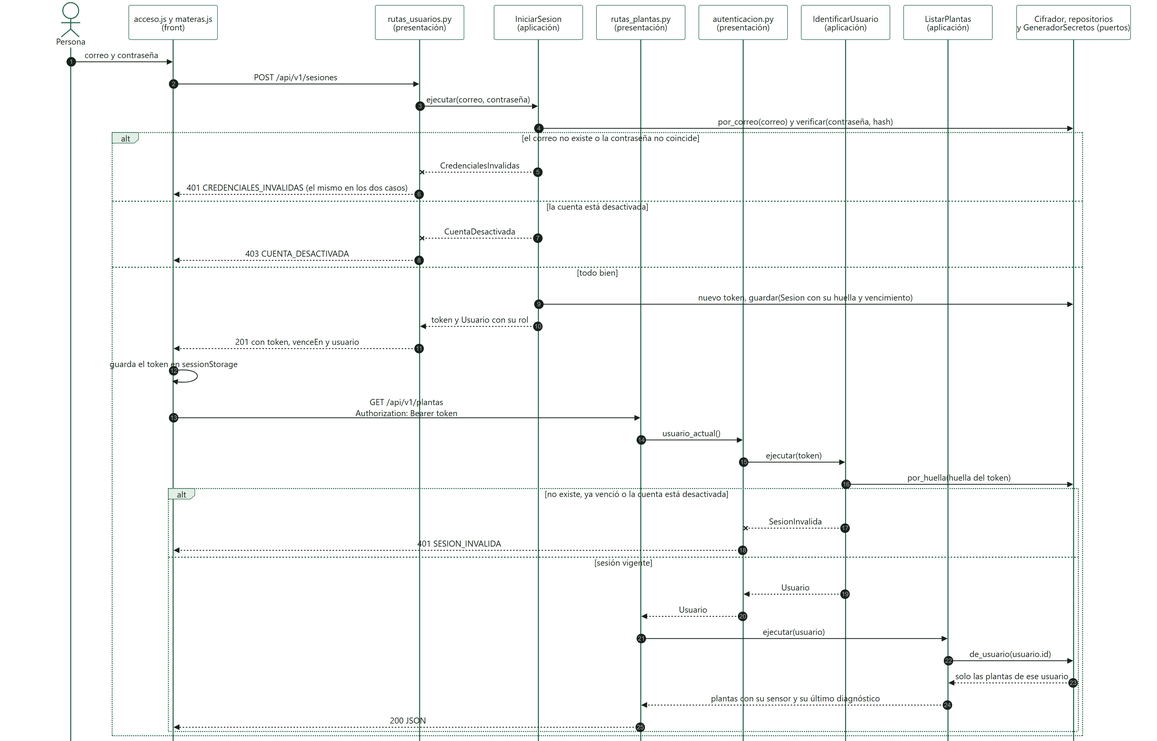
Above: docs/diagramas/secuencia-login.png in Pipelol0723/matera-inteligente (Mermaid), before the change. Its source is kept beside it as docs/diagramas/secuencia-login.mmd.
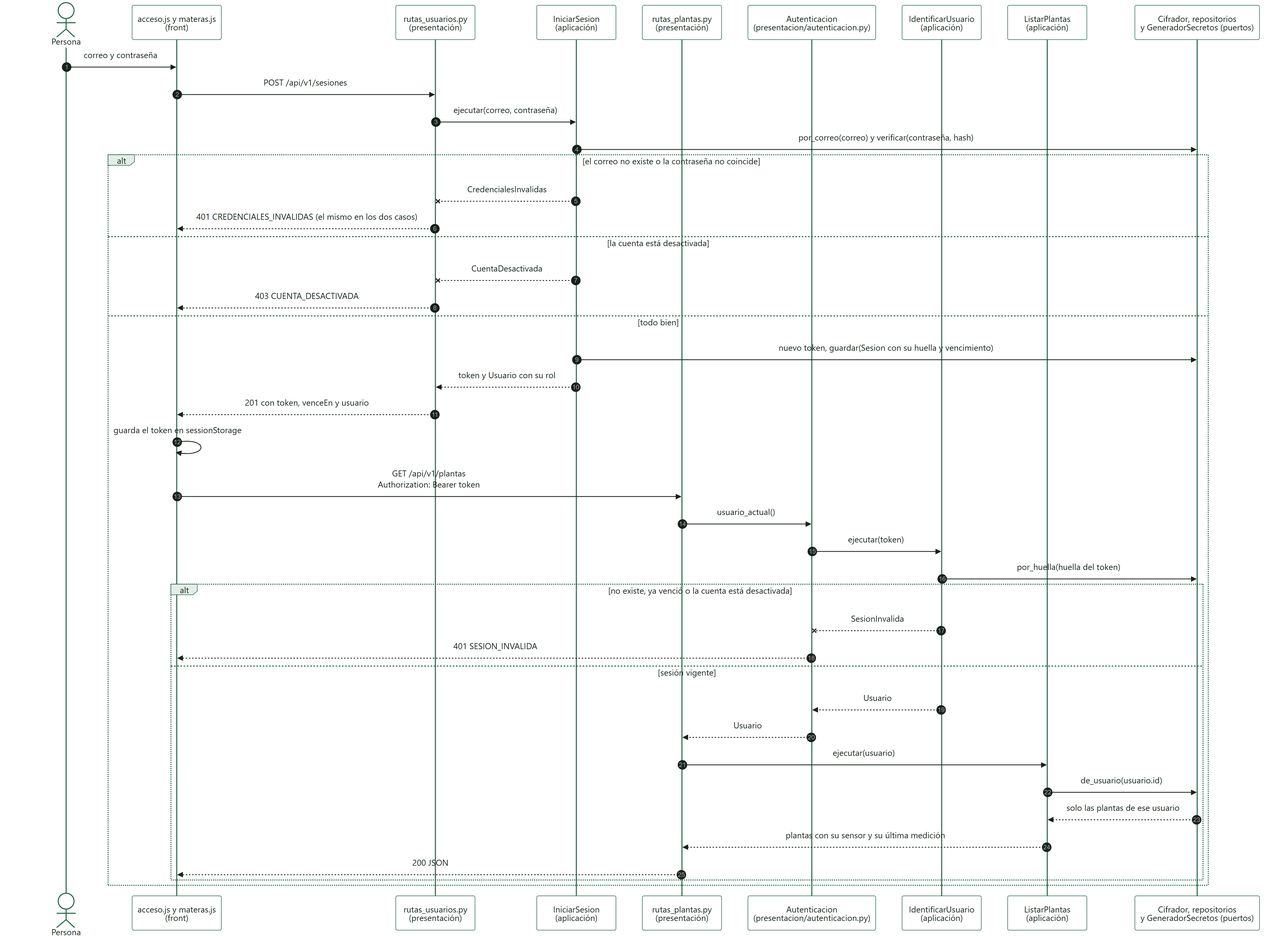
The same file after the commit.

Change to the diagram source:
```diff
@@ -5,7 +5,7 @@
     participant RU as rutas_usuarios.py<br/>(presentación)
     participant IS as IniciarSesion<br/>(aplicación)
     participant RP as rutas_plantas.py<br/>(presentación)
-    participant AU as autenticacion.py<br/>(presentación)
+    participant AU as Autenticacion<br/>(presentacion/autenticacion.py)
     participant IU as IdentificarUsuario<br/>(aplicación)
     participant LP as ListarPlantas<br/>(aplicación)
     participant PU as Cifrador, repositorios<br/>y GeneradorSecretos (puertos)
@@ -38,7 +38,7 @@
             RP ->> LP: ejecutar(usuario)
             LP ->> PU: de_usuario(usuario.id)
             PU -->> LP: solo las plantas de ese usuario
-            LP -->> RP: plantas con su sensor y su último diagnóstico
+            LP -->> RP: plantas con su sensor y su última medición
             RP -->> UI: 200 JSON
         end
     end
```
